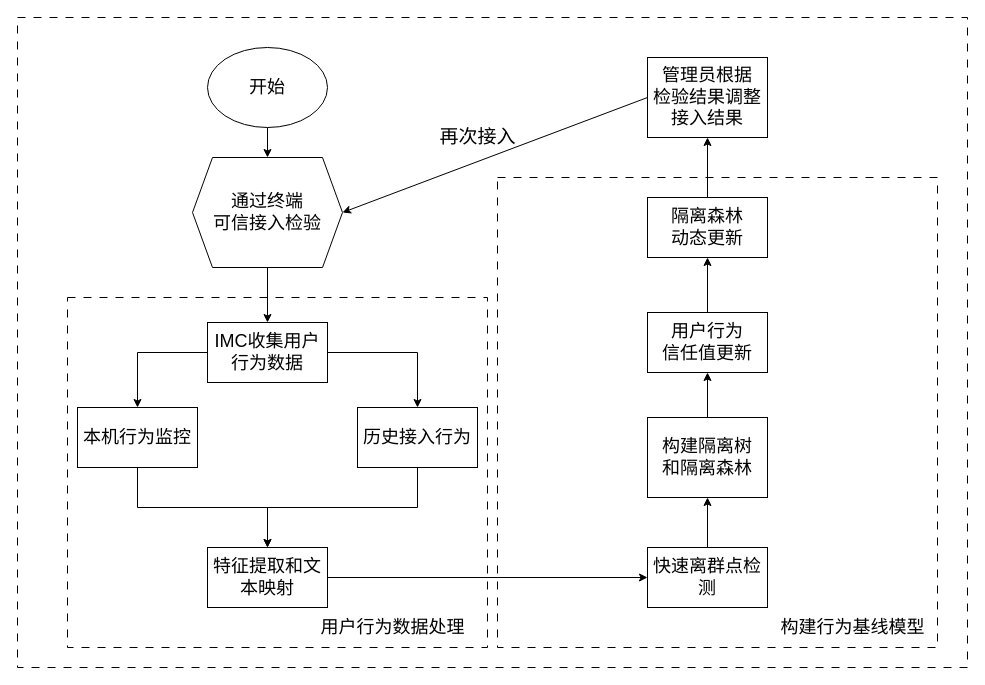
Above: testDirectory/持续接入检验流程.drawio in Moose1273/- (draw.io), before the change. Source tidied: cells renumbered, new cells numbered last; positions are measured from the earlier drawing's top-left corner, leaving out a move shared by most shapes. Both pictures are drawn from the tidied source at 100%, with x=0, y=0 at pixel (17, 17).
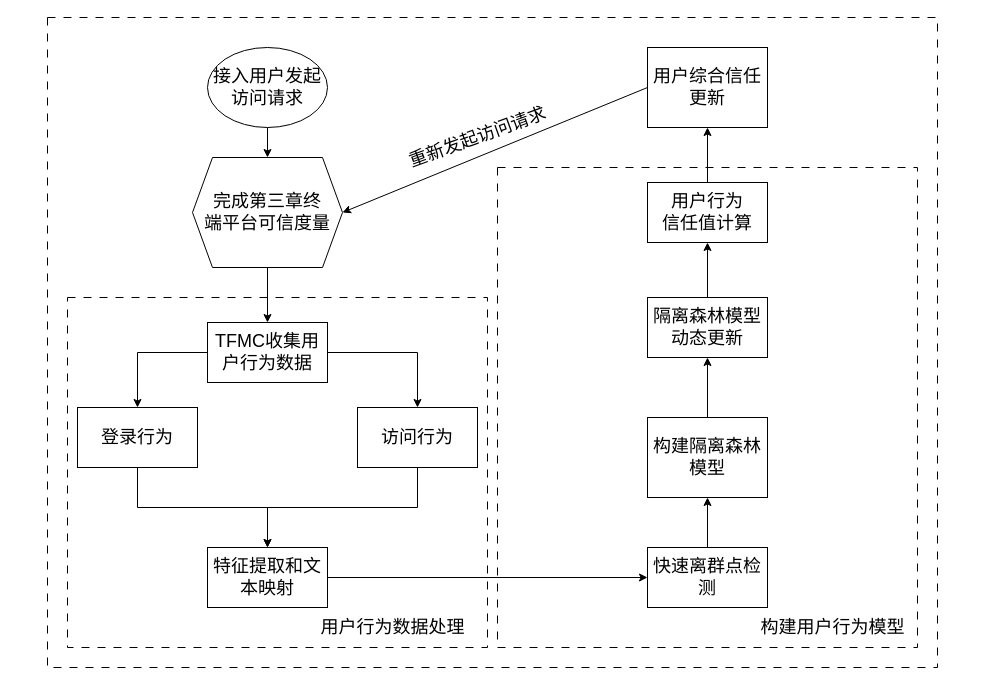
After the change.

Commit message:
更新持续接入检验流程.drawio

The edit, as a diff of the source:
```diff
@@
     <mxCell id="2" style="rounded=0;whiteSpace=wrap;html=1;dashed=1;dashPattern=8 8;" parent="1" vertex="1">
-      <mxGeometry width="950" height="650" as="geometry" />
+      <mxGeometry x="30" width="890" height="650" as="geometry" />
     </mxCell>
     <mxCell id="3" style="rounded=0;whiteSpace=wrap;html=1;dashed=1;dashPattern=8 8;fontSize=18;" parent="1" vertex="1">
-      <mxGeometry x="480" y="160" width="440" height="470" as="geometry" />
+      <mxGeometry x="480" y="150" width="420" height="480" as="geometry" />
     </mxCell>
@@
-    <mxCell id="6" value="&lt;font style=&quot;font-size: 18px;&quot;&gt;开始&lt;/font&gt;" style="ellipse;whiteSpace=wrap;html=1;fontSize=18;" parent="1" vertex="1">
+    <mxCell id="6" value="接入用户发起访问请求" style="ellipse;whiteSpace=wrap;html=1;fontSize=18;" parent="1" vertex="1">
       <mxGeometry x="190" y="30" width="120" height="80" as="geometry" />
     </mxCell>
@@
-    <mxCell id="8" value="通过终端&lt;br style=&quot;font-size: 18px;&quot;&gt;可信接入检验" style="shape=hexagon;perimeter=hexagonPerimeter2;whiteSpace=wrap;html=1;fixedSize=1;fontSize=18;" parent="1" vertex="1">
+    <mxCell id="8" value="完成第三章&lt;span style=&quot;background-color: initial;&quot;&gt;终&lt;/span&gt;&lt;div&gt;&lt;span style=&quot;background-color: initial;&quot;&gt;端平台&lt;/span&gt;&lt;span style=&quot;background-color: initial;&quot;&gt;可信度量&lt;/span&gt;&lt;/div&gt;" style="shape=hexagon;perimeter=hexagonPerimeter2;whiteSpace=wrap;html=1;fixedSize=1;fontSize=18;" parent="1" vertex="1">
       <mxGeometry x="175" y="140" width="150" height="110" as="geometry" />
     </mxCell>
@@
-    <mxCell id="11" value="IMC收集用户行为数据" style="whiteSpace=wrap;html=1;fontSize=18;" parent="1" vertex="1">
+    <mxCell id="11" value="TFMC收集用户行为数据" style="whiteSpace=wrap;html=1;fontSize=18;" parent="1" vertex="1">
       <mxGeometry x="190" y="305" width="120" height="60" as="geometry" />
     </mxCell>
@@
-    <mxCell id="13" value="本机行为监控" style="whiteSpace=wrap;html=1;fontSize=18;" parent="1" vertex="1">
+    <mxCell id="13" value="登录行为" style="whiteSpace=wrap;html=1;fontSize=18;" parent="1" vertex="1">
       <mxGeometry x="60" y="390" width="120" height="60" as="geometry" />
     </mxCell>
@@
-    <mxCell id="15" value="历史接入行为" style="whiteSpace=wrap;html=1;fontSize=18;" parent="1" vertex="1">
+    <mxCell id="15" value="访问行为" style="whiteSpace=wrap;html=1;fontSize=18;" parent="1" vertex="1">
       <mxGeometry x="340" y="390" width="120" height="60" as="geometry" />
     </mxCell>
@@
-    <mxCell id="20" style="edgeStyle=orthogonalEdgeStyle;rounded=0;jettySize=auto;html=1;exitX=0.5;exitY=0;exitDx=0;exitDy=0;entryX=0.5;entryY=1;entryDx=0;entryDy=0;" parent="1" edge="1" source="21" target="25">
-      <mxGeometry relative="1" as="geometry" />
-    </mxCell>
+    <mxCell id="31" style="edgeStyle=orthogonalEdgeStyle;rounded=0;jettySize=auto;html=1;" parent="1" edge="1" source="21" target="23">
+      <mxGeometry relative="1" as="geometry" />
+    </mxCell>
-    <mxCell id="21" value="构建隔离树&lt;br style=&quot;font-size: 18px;&quot;&gt;和隔离森林" style="whiteSpace=wrap;html=1;fontSize=18;" parent="1" vertex="1">
+    <mxCell id="21" value="构建隔离森林&lt;div&gt;模型&lt;/div&gt;" style="whiteSpace=wrap;html=1;fontSize=18;" parent="1" vertex="1">
       <mxGeometry x="630" y="400" width="120" height="80" as="geometry" />
     </mxCell>
-    <mxCell id="22" style="edgeStyle=orthogonalEdgeStyle;rounded=0;jettySize=auto;html=1;exitX=0.5;exitY=0;exitDx=0;exitDy=0;entryX=0.5;entryY=1;entryDx=0;entryDy=0;" parent="1" edge="1" source="23" target="27">
-      <mxGeometry relative="1" as="geometry" />
-    </mxCell>
+    <mxCell id="32" style="edgeStyle=orthogonalEdgeStyle;rounded=0;jettySize=auto;html=1;" parent="1" edge="1" source="23" target="25">
+      <mxGeometry relative="1" as="geometry" />
+    </mxCell>
-    <mxCell id="23" value="隔离森林&lt;br&gt;动态更新" style="whiteSpace=wrap;html=1;fontSize=18;" parent="1" vertex="1">
-      <mxGeometry x="630" y="180" width="120" height="60" as="geometry" />
+    <mxCell id="23" value="隔离森林模型&lt;br&gt;动态更新" style="whiteSpace=wrap;html=1;fontSize=18;" parent="1" vertex="1">
+      <mxGeometry x="630" y="280" width="120" height="60" as="geometry" />
     </mxCell>
-    <mxCell id="24" style="edgeStyle=orthogonalEdgeStyle;rounded=0;jettySize=auto;html=1;exitX=0.5;exitY=0;exitDx=0;exitDy=0;" parent="1" edge="1" source="25" target="23">
-      <mxGeometry relative="1" as="geometry" />
-    </mxCell>
+    <mxCell id="33" style="edgeStyle=orthogonalEdgeStyle;rounded=0;jettySize=auto;html=1;" parent="1" edge="1" source="25" target="27">
+      <mxGeometry relative="1" as="geometry" />
+    </mxCell>
-    <mxCell id="25" value="用户行为&lt;br&gt;信任值更新" style="whiteSpace=wrap;html=1;fontSize=18;" parent="1" vertex="1">
-      <mxGeometry x="630" y="295" width="120" height="60" as="geometry" />
+    <mxCell id="25" value="用户行为&lt;br&gt;信任值计算" style="whiteSpace=wrap;html=1;fontSize=18;" parent="1" vertex="1">
+      <mxGeometry x="630" y="165" width="120" height="60" as="geometry" />
     </mxCell>
@@
-    <mxCell id="27" value="管理员根据&lt;br&gt;检验结果调整&lt;br&gt;接入结果" style="whiteSpace=wrap;html=1;fontSize=18;" parent="1" vertex="1">
-      <mxGeometry x="630" y="40" width="120" height="80" as="geometry" />
+    <mxCell id="27" value="用户综合信任更新" style="whiteSpace=wrap;html=1;fontSize=18;" parent="1" vertex="1">
+      <mxGeometry x="630" y="30" width="120" height="80" as="geometry" />
     </mxCell>
@@
-    <mxCell id="29" value="构建行为基线模型" style="text;html=1;align=center;verticalAlign=middle;strokeColor=none;fillColor=none;fontSize=18;" parent="1" vertex="1">
-      <mxGeometry x="750" y="590" width="170" height="40" as="geometry" />
+    <mxCell id="29" value="构建用户行为模型" style="text;html=1;align=center;verticalAlign=middle;strokeColor=none;fillColor=none;fontSize=18;" parent="1" vertex="1">
+      <mxGeometry x="730" y="590" width="170" height="40" as="geometry" />
     </mxCell>
-    <mxCell id="30" value="&lt;font style=&quot;font-size: 19px;&quot;&gt;再次接入&lt;/font&gt;" style="text;html=1;align=center;verticalAlign=middle;strokeColor=none;fillColor=none;" parent="1" vertex="1">
-      <mxGeometry x="410" y="100" width="100" height="40" as="geometry" />
+    <mxCell id="30" value="&lt;font style=&quot;font-size: 18px;&quot;&gt;重新发起访问请求&lt;/font&gt;" style="text;html=1;align=center;verticalAlign=middle;strokeColor=none;fillColor=none;rotation=-20;" parent="1" vertex="1">
+      <mxGeometry x="375" y="100" width="170" height="40" as="geometry" />
     </mxCell>
```
